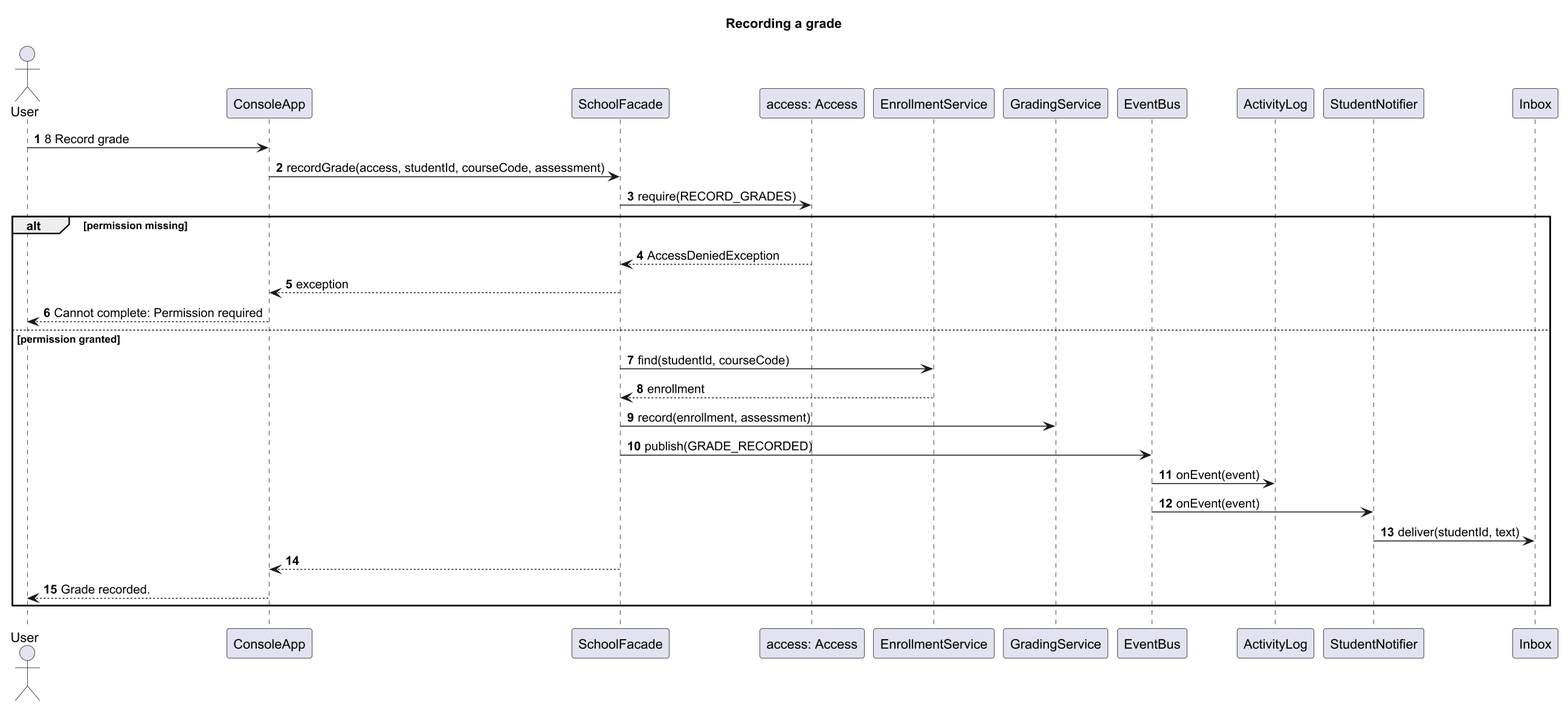
The PlantUML diagram docs/images/sequence-record-grade.png in Asylstyle/school-management-system, before a commit.
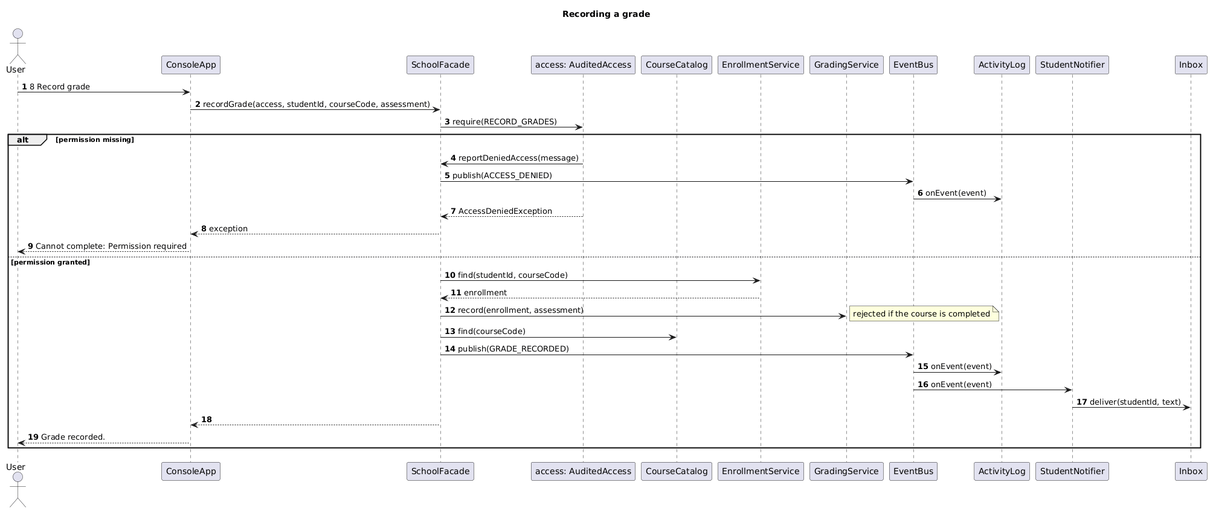
Later version of the same file.

Diff of the diagram source:
```diff
@@ -1,5 +1,4 @@
-@startuml sequence-record-grade
-skinparamlocked dpi 150
+@startuml
 title Recording a grade
 skinparam shadowing false
 autonumber
@@ -7,7 +6,8 @@
 actor User
 participant ConsoleApp
 participant SchoolFacade
-participant "access: Access" as Access
+participant "access: AuditedAccess" as Access
+participant CourseCatalog
 participant EnrollmentService
 participant GradingService
 participant EventBus
@@ -19,6 +19,9 @@
 ConsoleApp -> SchoolFacade : recordGrade(access, studentId, courseCode, assessment)
 SchoolFacade -> Access : require(RECORD_GRADES)
 alt permission missing
+  Access -> SchoolFacade : reportDeniedAccess(message)
+  SchoolFacade -> EventBus : publish(ACCESS_DENIED)
+  EventBus -> ActivityLog : onEvent(event)
   Access --> SchoolFacade : AccessDeniedException
   SchoolFacade --> ConsoleApp : exception
   ConsoleApp --> User : Cannot complete: Permission required
@@ -26,6 +29,8 @@
   SchoolFacade -> EnrollmentService : find(studentId, courseCode)
   EnrollmentService --> SchoolFacade : enrollment
   SchoolFacade -> GradingService : record(enrollment, assessment)
+  note right: rejected if the course is completed
+  SchoolFacade -> CourseCatalog : find(courseCode)
   SchoolFacade -> EventBus : publish(GRADE_RECORDED)
   EventBus -> ActivityLog : onEvent(event)
   EventBus -> StudentNotifier : onEvent(event)
```
